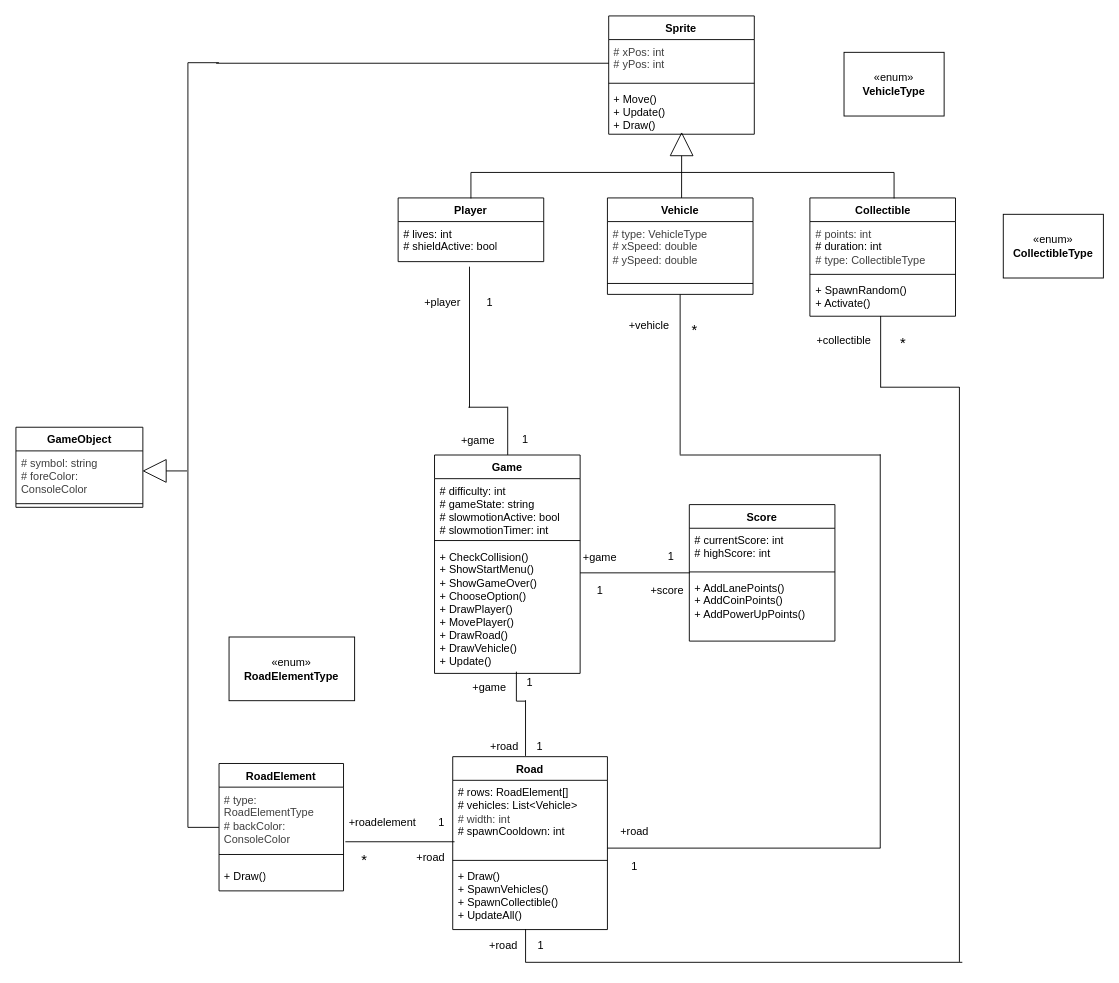
This is Road Runner/.drawio from aichaachabtamayo-wq/RoadRunner1, a draw.io file, before an edit. Source tidied: cells renumbered, new cells numbered last; positions are measured from the earlier drawing's top-left corner, leaving out a move shared by most shapes. Both pictures are drawn from the tidied source at 91%, with x=0, y=0 at pixel (15, 15).
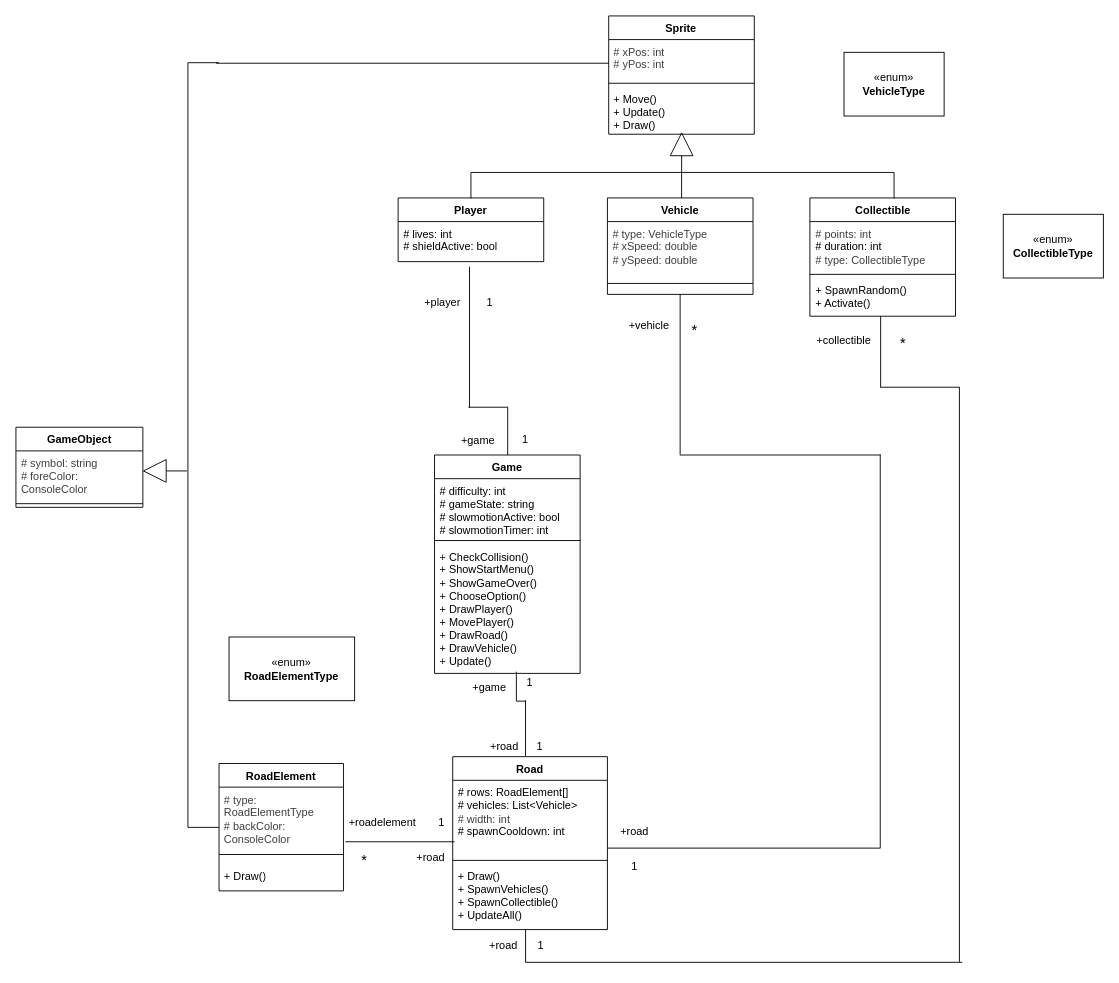
After the change.

Commit message (it also covers changes not shown here):
fixed respawn and vehicles collision added death border fixed game over screen

The edit, as a diff of the source:
```diff
@@
-    <mxCell id="16" value="Score" style="swimlane;fontStyle=1;align=center;verticalAlign=top;horizontal=1;startSize=26;whiteSpace=wrap;html=1;" parent="1" vertex="1">
-      <mxGeometry x="740" y="537" width="160" height="150" as="geometry" />
-    </mxCell>
-    <mxCell id="17" value="&lt;div&gt;# currentScore: int&lt;/div&gt;&lt;div&gt;# highScore: int&lt;/div&gt;" style="text;strokeColor=none;fillColor=none;align=left;verticalAlign=top;spacingLeft=4;spacingRight=4;overflow=hidden;whiteSpace=wrap;html=1;" parent="16" vertex="1">
-      <mxGeometry y="26" width="160" height="44" as="geometry" />
-    </mxCell>
-    <mxCell id="18" style="line;strokeWidth=1;fillColor=none;align=left;verticalAlign=middle;spacingTop=-1;spacingLeft=3;spacingRight=3;labelPosition=right;strokeColor=inherit;" parent="16" vertex="1">
-      <mxGeometry y="70" width="160" height="8" as="geometry" />
-    </mxCell>
-    <mxCell id="19" value="+ AddLanePoints()&lt;div&gt;+ AddCoinPoints()&lt;/div&gt;&lt;div&gt;+ AddPowerUpPoints()&lt;/div&gt;" style="text;strokeColor=none;fillColor=none;align=left;verticalAlign=top;spacingLeft=4;spacingRight=4;overflow=hidden;whiteSpace=wrap;html=1;" parent="16" vertex="1">
-      <mxGeometry y="78" width="160" height="72" as="geometry" />
-    </mxCell>
@@
-    <mxCell id="30" style="line;strokeWidth=1;html=1;perimeter=backbonePerimeter;rotation=0;" parent="1" vertex="1">
-      <mxGeometry x="620" y="607" width="120.7" height="10" as="geometry" />
-    </mxCell>
@@
-    <mxCell id="49" value="+game" style="text;strokeColor=none;align=center;fillColor=none;html=1;verticalAlign=middle;whiteSpace=wrap;rounded=0;" parent="1" vertex="1">
-      <mxGeometry x="612" y="581" width="60" height="30" as="geometry" />
-    </mxCell>
-    <mxCell id="50" value="1" style="text;strokeColor=none;align=center;fillColor=none;html=1;verticalAlign=middle;whiteSpace=wrap;rounded=0;" parent="1" vertex="1">
-      <mxGeometry x="632" y="617" width="20" height="30" as="geometry" />
-    </mxCell>
-    <mxCell id="51" value="1" style="text;strokeColor=none;align=center;fillColor=none;html=1;verticalAlign=middle;whiteSpace=wrap;rounded=0;" parent="1" vertex="1">
-      <mxGeometry x="709.5" y="579" width="20" height="30" as="geometry" />
-    </mxCell>
-    <mxCell id="52" value="+score" style="text;strokeColor=none;align=center;fillColor=none;html=1;verticalAlign=middle;whiteSpace=wrap;rounded=0;" parent="1" vertex="1">
-      <mxGeometry x="686" y="617" width="60" height="30" as="geometry" />
-    </mxCell>
```
